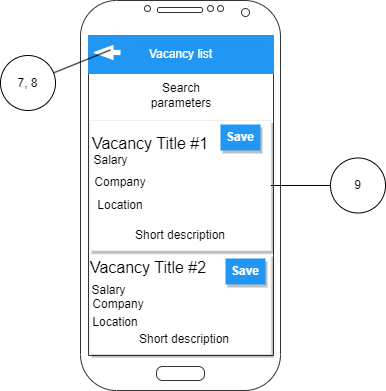
This is Mockups — копия/VacancyList.drawio.png from NikitunPVLK/JobSeeker, a draw.io export, as it was before one commit. Source tidied: cells renumbered, new cells last; positions are measured from the earlier drawing's top-left corner, leaving out a move shared by most shapes. The source it was exported from:
```xml
<mxGraphModel>
  <root>
    <mxCell id="0" />
    <mxCell id="1" parent="0" />
    <mxCell id="2" style="verticalLabelPosition=bottom;verticalAlign=top;html=1;shadow=0;dashed=0;strokeWidth=1;shape=mxgraph.android.phone2;strokeColor=#333333;" parent="1" vertex="1">
      <mxGeometry x="80" width="200" height="390" as="geometry" />
    </mxCell>
    <mxCell id="3" style="dashed=0;shape=rect;fillColor=#ffffff;strokeColor=#eeeeee;shadow=1;fontColor=#000000;fontSize=24;fontStyle=0;verticalAlign=top;spacingBottom=0;spacingLeft=16;spacingTop=15;align=left;whiteSpace=wrap;html=1;" parent="1" vertex="1">
      <mxGeometry x="89.5" y="120" width="181" height="130" as="geometry" />
    </mxCell>
    <mxCell id="4" value="&lt;font style=&quot;font-size: 16px;&quot;&gt;Vacancy Title #1&lt;/font&gt;" style="text;html=1;strokeColor=none;fillColor=none;align=center;verticalAlign=middle;whiteSpace=wrap;rounded=0;" parent="3" vertex="1">
      <mxGeometry width="120" height="45.3" as="geometry" />
    </mxCell>
    <mxCell id="5" value="Salary" style="text;html=1;strokeColor=none;fillColor=none;align=center;verticalAlign=middle;whiteSpace=wrap;rounded=0;" parent="3" vertex="1">
      <mxGeometry y="30" width="40.5" height="20" as="geometry" />
    </mxCell>
    <mxCell id="6" value="Company" style="text;html=1;strokeColor=none;fillColor=none;align=center;verticalAlign=middle;whiteSpace=wrap;rounded=0;" parent="3" vertex="1">
      <mxGeometry y="50" width="60" height="23.1" as="geometry" />
    </mxCell>
    <mxCell id="7" value="Location" style="text;html=1;strokeColor=none;fillColor=none;align=center;verticalAlign=middle;whiteSpace=wrap;rounded=0;" parent="3" vertex="1">
      <mxGeometry x="5" y="73.1" width="50" height="23.6" as="geometry" />
    </mxCell>
    <mxCell id="8" value="Short description" style="text;html=1;strokeColor=none;fillColor=none;align=center;verticalAlign=middle;whiteSpace=wrap;rounded=0;" parent="3" vertex="1">
      <mxGeometry x="35.5" y="100" width="110" height="30" as="geometry" />
    </mxCell>
    <mxCell id="9" value="Save" style="whiteSpace=wrap;html=1;dashed=0;align=center;fontSize=12;shape=rect;fillColor=#2196F3;strokeColor=none;fontStyle=1;shadow=1;fontColor=#ffffff;" parent="3" vertex="1">
      <mxGeometry x="130.5" y="4" width="40" height="26" as="geometry" />
    </mxCell>
    <mxCell id="10" style="dashed=0;shape=rect;fillColor=#ffffff;strokeColor=#eeeeee;shadow=1;fontColor=#000000;fontSize=24;fontStyle=0;verticalAlign=top;spacingBottom=0;spacingLeft=16;spacingTop=15;align=left;whiteSpace=wrap;html=1;" parent="1" vertex="1">
      <mxGeometry x="89.5" y="253.6" width="181" height="100" as="geometry" />
    </mxCell>
    <mxCell id="11" value="Search parameters" style="text;html=1;strokeColor=none;fillColor=none;align=center;verticalAlign=middle;whiteSpace=wrap;rounded=0;" parent="1" vertex="1">
      <mxGeometry x="150.5" y="80" width="60" height="30" as="geometry" />
    </mxCell>
    <mxCell id="12" value="Vacancy list" style="rounded=0;whiteSpace=wrap;html=1;fillColor=#2196F3;fontColor=#FFFFFF;strokeColor=#2196F3;" parent="1" vertex="1">
      <mxGeometry x="88" y="35" width="185" height="38" as="geometry" />
    </mxCell>
    <mxCell id="13" style="shape=flexArrow;endArrow=classic;html=1;rounded=0;endWidth=8.8;endSize=6.011627906976745;width=4.186046511627907;strokeColor=#FFFFFF;fillColor=default;" parent="1" edge="1">
      <mxGeometry relative="1" as="geometry">
        <mxPoint x="120" y="52" as="sourcePoint" />
        <mxPoint x="93" y="52" as="targetPoint" />
      </mxGeometry>
    </mxCell>
    <mxCell id="14" value="Short description" style="text;html=1;strokeColor=none;fillColor=none;align=center;verticalAlign=middle;whiteSpace=wrap;rounded=0;" parent="1" vertex="1">
      <mxGeometry x="129" y="323.6" width="110" height="30" as="geometry" />
    </mxCell>
    <mxCell id="15" value="Location" style="text;html=1;strokeColor=none;fillColor=none;align=center;verticalAlign=middle;whiteSpace=wrap;rounded=0;" parent="1" vertex="1">
      <mxGeometry x="89.5" y="310" width="50" height="23.6" as="geometry" />
    </mxCell>
    <mxCell id="16" value="Company" style="text;html=1;strokeColor=none;fillColor=none;align=center;verticalAlign=middle;whiteSpace=wrap;rounded=0;" parent="1" vertex="1">
      <mxGeometry x="88" y="292.1" width="60" height="23.1" as="geometry" />
    </mxCell>
    <mxCell id="17" value="Salary" style="text;html=1;strokeColor=none;fillColor=none;align=center;verticalAlign=middle;whiteSpace=wrap;rounded=0;" parent="1" vertex="1">
      <mxGeometry x="88" y="280" width="40.5" height="20" as="geometry" />
    </mxCell>
    <mxCell id="18" value="&lt;font style=&quot;font-size: 16px;&quot;&gt;Vacancy Title #2&lt;/font&gt;" style="text;html=1;strokeColor=none;fillColor=none;align=center;verticalAlign=middle;whiteSpace=wrap;rounded=0;" parent="1" vertex="1">
      <mxGeometry x="88" y="244.6" width="120" height="45.3" as="geometry" />
    </mxCell>
    <mxCell id="19" value="Save" style="whiteSpace=wrap;html=1;dashed=0;align=center;fontSize=12;shape=rect;fillColor=#2196F3;strokeColor=none;fontStyle=1;shadow=1;fontColor=#ffffff;" parent="1" vertex="1">
      <mxGeometry x="225" y="258" width="40" height="26" as="geometry" />
    </mxCell>
    <mxCell id="20" style="endArrow=none;html=1;rounded=0;" parent="1" edge="1" source="21">
      <mxGeometry relative="1" as="geometry">
        <mxPoint x="110" y="49.4" as="targetPoint" />
      </mxGeometry>
    </mxCell>
    <mxCell id="21" value="7, 8" style="ellipse;whiteSpace=wrap;html=1;" parent="1" vertex="1">
      <mxGeometry y="55" width="55" height="55" as="geometry" />
    </mxCell>
    <mxCell id="22" value="9" style="ellipse;whiteSpace=wrap;html=1;" parent="1" vertex="1">
      <mxGeometry x="330" y="157.5" width="55" height="55" as="geometry" />
    </mxCell>
    <mxCell id="23" style="endArrow=none;html=1;rounded=0;exitX=0;exitY=0.5;exitDx=0;exitDy=0;" parent="1" edge="1" source="22" target="3">
      <mxGeometry relative="1" as="geometry" />
    </mxCell>
  </root>
</mxGraphModel>
```
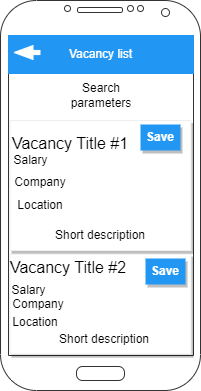
After the commit.

Diff of the diagram source:
```diff
@@ -59,19 +59,5 @@
     <mxCell id="19" value="Save" style="whiteSpace=wrap;html=1;dashed=0;align=center;fontSize=12;shape=rect;fillColor=#2196F3;strokeColor=none;fontStyle=1;shadow=1;fontColor=#ffffff;" parent="1" vertex="1">
       <mxGeometry x="225" y="258" width="40" height="26" as="geometry" />
     </mxCell>
-    <mxCell id="20" style="endArrow=none;html=1;rounded=0;" parent="1" edge="1" source="21">
-      <mxGeometry relative="1" as="geometry">
-        <mxPoint x="110" y="49.4" as="targetPoint" />
-      </mxGeometry>
-    </mxCell>
-    <mxCell id="21" value="7, 8" style="ellipse;whiteSpace=wrap;html=1;" parent="1" vertex="1">
-      <mxGeometry y="55" width="55" height="55" as="geometry" />
-    </mxCell>
-    <mxCell id="22" value="9" style="ellipse;whiteSpace=wrap;html=1;" parent="1" vertex="1">
-      <mxGeometry x="330" y="157.5" width="55" height="55" as="geometry" />
-    </mxCell>
-    <mxCell id="23" style="endArrow=none;html=1;rounded=0;exitX=0;exitY=0.5;exitDx=0;exitDy=0;" parent="1" edge="1" source="22" target="3">
-      <mxGeometry relative="1" as="geometry" />
-    </mxCell>
   </root>
 </mxGraphModel>
```
